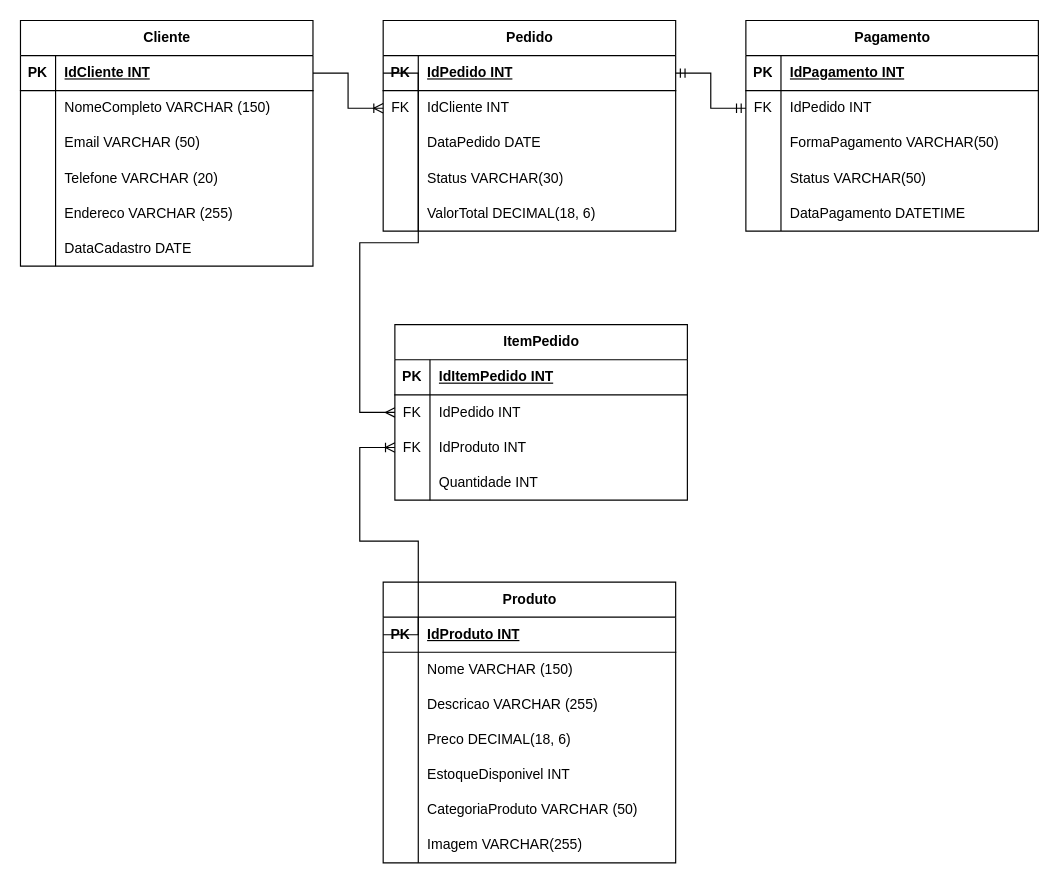
The draw.io diagram page "Modelo Físico" (3 of 3) of Banco de dados/Projeto ECommerce.drawio in renencosta/ProjetoECommerce-Modelagem-de-dados-, before the edit. Source tidied: cells renumbered, new cells numbered last; positions are measured from the earlier drawing's top-left corner, leaving out a move shared by most shapes. Both pictures are drawn from the tidied source at 117%, with x=0, y=0 at pixel (20, 20).
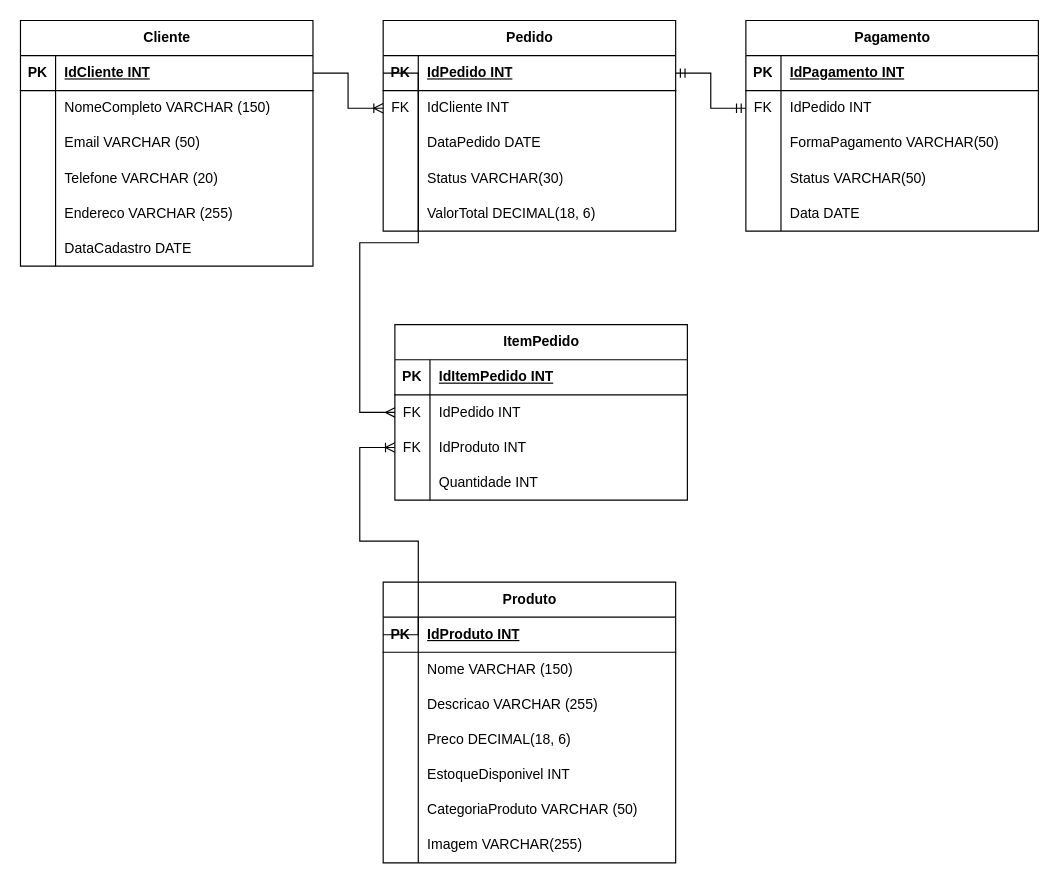
Above is the later version.

The change refers to these unchanged cells:
```xml
<mxCell id="72" style="shape=tableRow;horizontal=0;startSize=0;swimlaneHead=0;swimlaneBody=0;fillColor=none;top=0;left=0;right=0;bottom=0;" parent="59" vertex="1">
  <mxGeometry y="150" width="250" height="30" as="geometry" />
</mxCell>
```

What changed in the source:
```diff
@@
-    <mxCell id="74" value="DataPagamento DATETIME" style="shape=partialRectangle;fillColor=none;top=0;left=0;bottom=0;right=0;align=left;spacingLeft=6;overflow=hidden;whiteSpace=wrap;html=1;" parent="72" vertex="1">
+    <mxCell id="74" value="Data DATE" style="shape=partialRectangle;fillColor=none;top=0;left=0;bottom=0;right=0;align=left;spacingLeft=6;overflow=hidden;whiteSpace=wrap;html=1;" parent="72" vertex="1">
       <mxGeometry x="30" width="220" height="30" as="geometry" />
     </mxCell>
```
